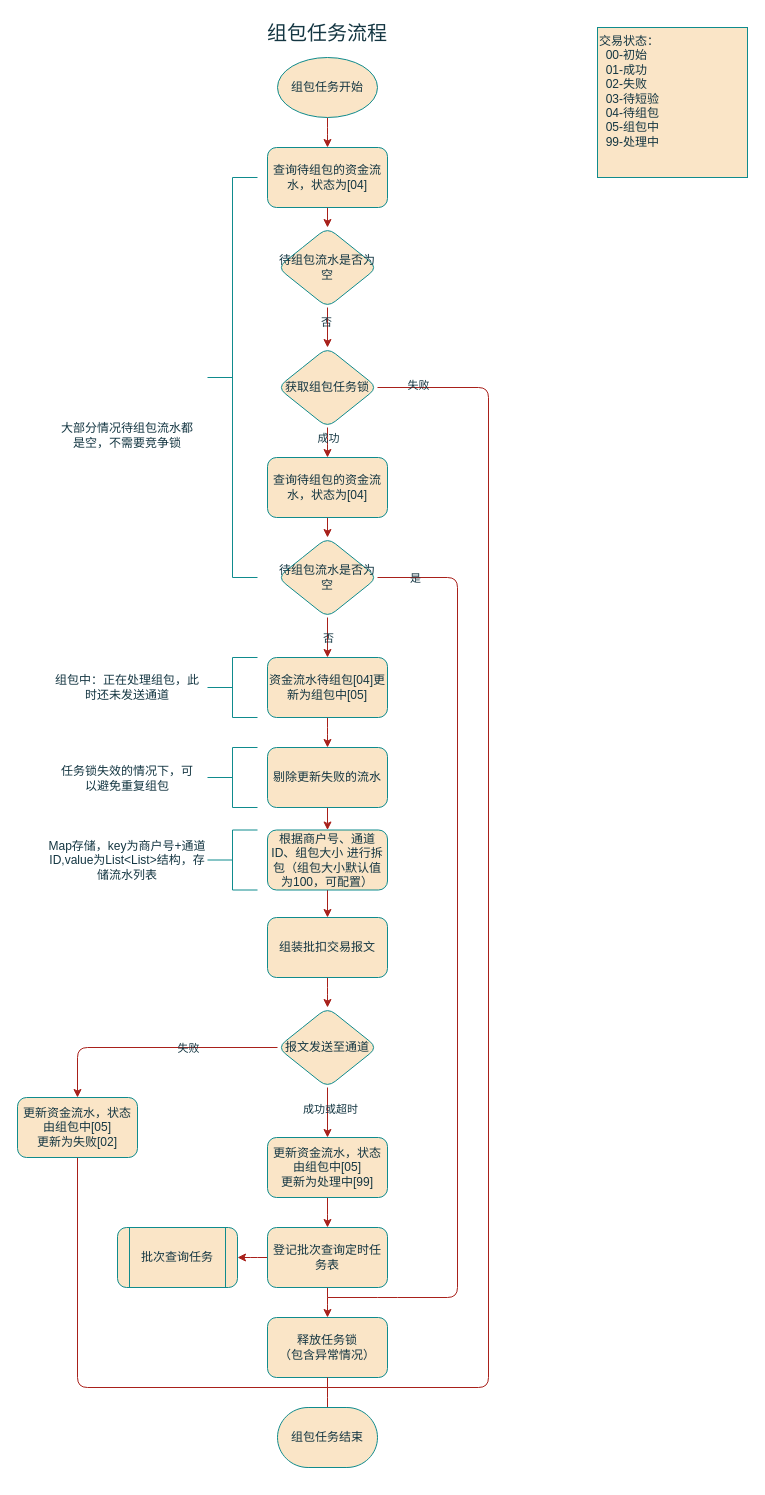
Above: page "组包任务流程" (2 of 5) of 批扣流程.drawio in gaofv/draw (draw.io), before the change. Source tidied: cells renumbered, new cells numbered last; positions are measured from the earlier drawing's top-left corner, leaving out a move shared by most shapes. Both pictures are drawn from the tidied source at 100%, with x=0, y=0 at pixel (17, 17).
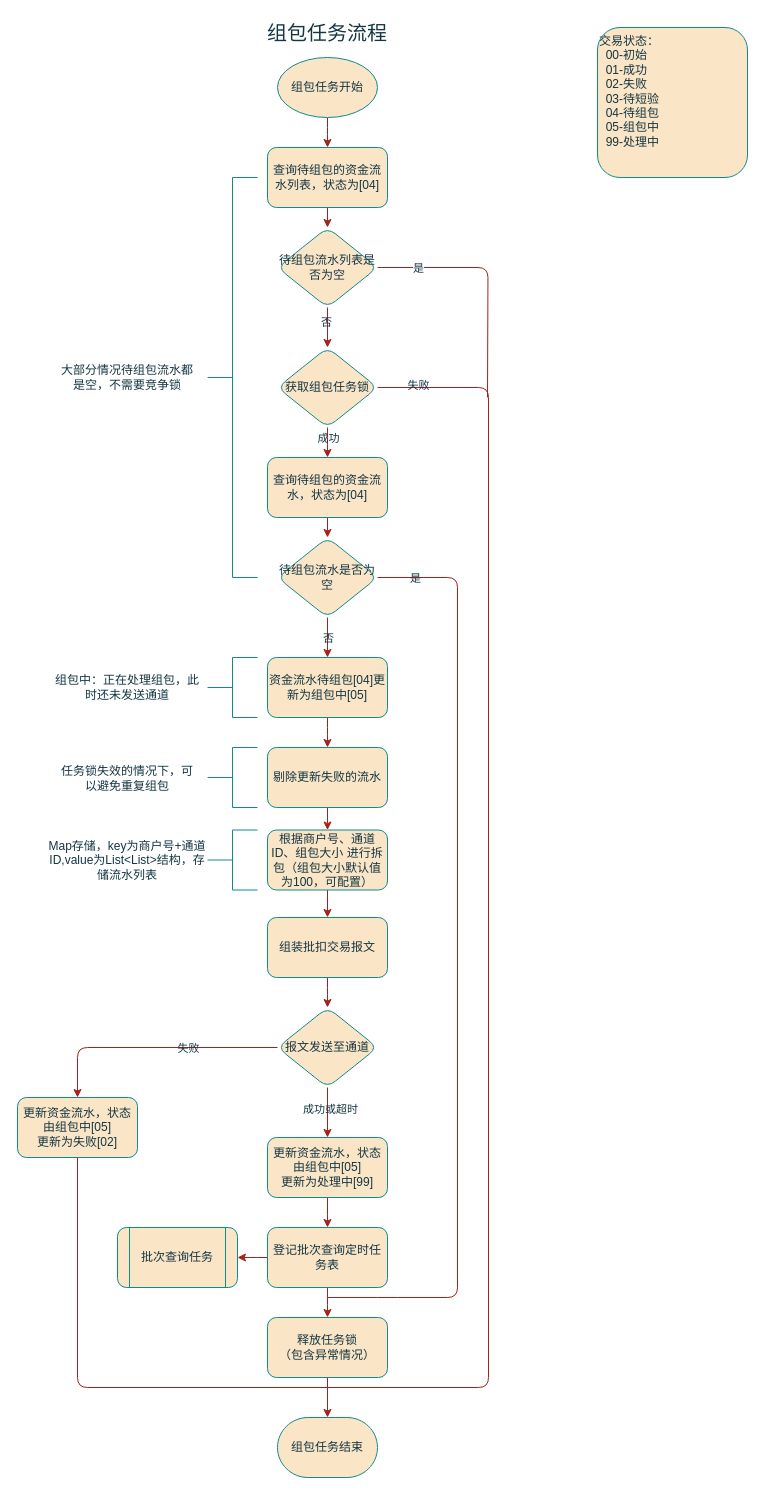
The same page after the edit.

The change refers to these unchanged cells:
```xml
<mxCell id="44" value="释放任务锁&lt;br&gt;（包含异常情况）" style="whiteSpace=wrap;html=1;strokeWidth=1;labelBackgroundColor=none;rounded=1;labelBorderColor=none;fillColor=#FAE5C7;strokeColor=#0F8B8D;fontColor=#143642;" parent="1" vertex="1">
  <mxGeometry x="250" y="1300" width="120" height="60" as="geometry" />
</mxCell>
```

Change to the diagram source:
```diff
@@
-    <mxCell id="10" value="查询待组包的资金流水，状态为[04]" style="whiteSpace=wrap;html=1;strokeWidth=1;labelBackgroundColor=none;rounded=1;labelBorderColor=none;fillColor=#FAE5C7;strokeColor=#0F8B8D;fontColor=#143642;" parent="1" vertex="1">
+    <mxCell id="10" value="查询待组包的资金流水列表，状态为[04]" style="whiteSpace=wrap;html=1;strokeWidth=1;labelBackgroundColor=none;rounded=1;labelBorderColor=none;fillColor=#FAE5C7;strokeColor=#0F8B8D;fontColor=#143642;" parent="1" vertex="1">
       <mxGeometry x="250" y="130" width="120" height="60" as="geometry" />
     </mxCell>
@@
+    <mxCell id="56" style="edgeStyle=orthogonalEdgeStyle;jettySize=auto;html=1;strokeColor=#A8201A;fontColor=#143642;fillColor=#FAE5C7;rounded=1;endArrow=none;endFill=0;" parent="1" edge="1" source="13">
+      <mxGeometry relative="1" as="geometry">
+        <mxPoint x="470" y="380" as="targetPoint" />
+      </mxGeometry>
+    </mxCell>
+    <mxCell id="57" value="是" style="edgeLabel;html=1;align=center;verticalAlign=middle;fontColor=#143642;" parent="56" vertex="1">
+      <mxGeometry x="-0.49" y="1" relative="1" as="geometry">
+        <mxPoint x="-21" y="1" as="offset" />
+      </mxGeometry>
+    </mxCell>
-    <mxCell id="13" value="待组包流水是否为空" style="rhombus;whiteSpace=wrap;html=1;strokeWidth=1;labelBackgroundColor=none;rounded=1;labelBorderColor=none;fillColor=#FAE5C7;strokeColor=#0F8B8D;fontColor=#143642;" parent="1" vertex="1">
+    <mxCell id="13" value="待组包流水列表是否为空" style="rhombus;whiteSpace=wrap;html=1;strokeWidth=1;labelBackgroundColor=none;rounded=1;labelBorderColor=none;fillColor=#FAE5C7;strokeColor=#0F8B8D;fontColor=#143642;" parent="1" vertex="1">
       <mxGeometry x="260" y="210" width="100" height="80" as="geometry" />
     </mxCell>
@@
     <mxCell id="34" value="大部分情况待组包流水都是空，不需要竞争锁" style="text;html=1;strokeColor=none;fillColor=none;align=center;verticalAlign=middle;whiteSpace=wrap;rounded=1;fontSize=12;labelBackgroundColor=none;labelBorderColor=none;fontColor=#143642;" parent="1" vertex="1">
-      <mxGeometry x="40" y="382.5" width="140" height="70" as="geometry" />
+      <mxGeometry x="40" y="325" width="140" height="70" as="geometry" />
     </mxCell>
@@
+    <mxCell id="49" style="edgeStyle=orthogonalEdgeStyle;rounded=1;jettySize=auto;html=1;strokeColor=#A8201A;fontColor=#143642;fillColor=#FAE5C7;" parent="1" edge="1" source="44" target="50">
+      <mxGeometry relative="1" as="geometry" />
+    </mxCell>
@@
-    <mxCell id="49" style="edgeStyle=orthogonalEdgeStyle;rounded=1;jettySize=auto;html=1;endArrow=none;endFill=0;labelBackgroundColor=none;fontColor=default;labelBorderColor=none;strokeColor=#A8201A;" parent="1" edge="1" source="44" target="50">
-      <mxGeometry relative="1" as="geometry" />
-    </mxCell>
     <mxCell id="50" value="组包任务结束" style="strokeWidth=1;html=1;shape=mxgraph.flowchart.terminator;whiteSpace=wrap;labelBackgroundColor=none;rounded=1;labelBorderColor=none;fillColor=#FAE5C7;strokeColor=#0F8B8D;fontColor=#143642;" parent="1" vertex="1">
-      <mxGeometry x="260" y="1390" width="100" height="60" as="geometry" />
+      <mxGeometry x="260" y="1400" width="100" height="60" as="geometry" />
     </mxCell>
@@
-    <mxCell id="53" style="strokeWidth=1;html=1;shape=mxgraph.flowchart.annotation_2;align=left;labelPosition=right;strokeColor=#0F8B8D;fontColor=#143642;fillColor=#FAE5C7;" parent="1" vertex="1">
+    <mxCell id="53" style="strokeWidth=1;html=1;shape=mxgraph.flowchart.annotation_2;align=left;labelPosition=right;strokeColor=#0F8B8D;fontColor=#143642;fillColor=#FAE5C7;rounded=1;" parent="1" vertex="1">
       <mxGeometry x="190" y="640" width="50" height="60" as="geometry" />
     </mxCell>
-    <mxCell id="54" value="组包中：正在处理组包，此时还未发送通道" style="text;html=1;strokeColor=none;fillColor=none;align=center;verticalAlign=middle;whiteSpace=wrap;rounded=0;fontColor=#143642;" parent="1" vertex="1">
+    <mxCell id="54" value="组包中：正在处理组包，此时还未发送通道" style="text;html=1;strokeColor=none;fillColor=none;align=center;verticalAlign=middle;whiteSpace=wrap;rounded=1;fontColor=#143642;" parent="1" vertex="1">
       <mxGeometry x="35" y="657.5" width="150" height="25" as="geometry" />
     </mxCell>
-    <mxCell id="55" value="交易状态：&lt;br&gt;&amp;nbsp; 00-初始&lt;br&gt;&amp;nbsp; 01-成功&lt;br&gt;&amp;nbsp; 02-失败&lt;br&gt;&amp;nbsp; 03-待短验&lt;br&gt;&amp;nbsp; 04-待组包&lt;br&gt;&amp;nbsp; 05-组包中&lt;br&gt;&amp;nbsp; 99-处理中" style="whiteSpace=wrap;html=1;strokeColor=#0F8B8D;fontColor=#143642;fillColor=#FAE5C7;align=left;verticalAlign=top;" parent="1" vertex="1">
+    <mxCell id="55" value="交易状态：&lt;br&gt;&amp;nbsp; 00-初始&lt;br&gt;&amp;nbsp; 01-成功&lt;br&gt;&amp;nbsp; 02-失败&lt;br&gt;&amp;nbsp; 03-待短验&lt;br&gt;&amp;nbsp; 04-待组包&lt;br&gt;&amp;nbsp; 05-组包中&lt;br&gt;&amp;nbsp; 99-处理中" style="whiteSpace=wrap;html=1;strokeColor=#0F8B8D;fontColor=#143642;fillColor=#FAE5C7;align=left;verticalAlign=top;rounded=1;" parent="1" vertex="1">
       <mxGeometry x="580" y="10" width="150" height="150" as="geometry" />
     </mxCell>
```
